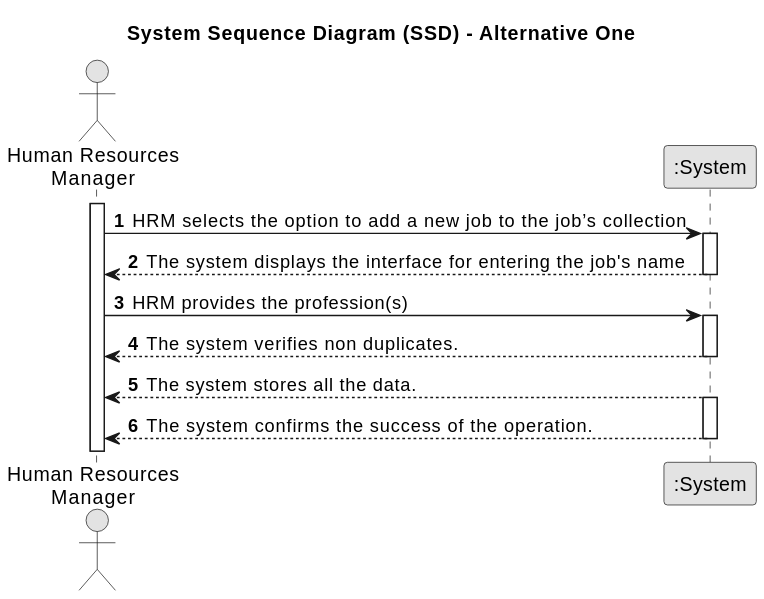
Earlier version of the PlantUML export docs/sprintA/us002/01.requirements-engineering/svg/us002-system-sequence-diagram-alternative-one-System_Sequence_Diagram__SSD____Alternative_One.svg (SAEmanuel/Green_Spaces_Management_ISEP).
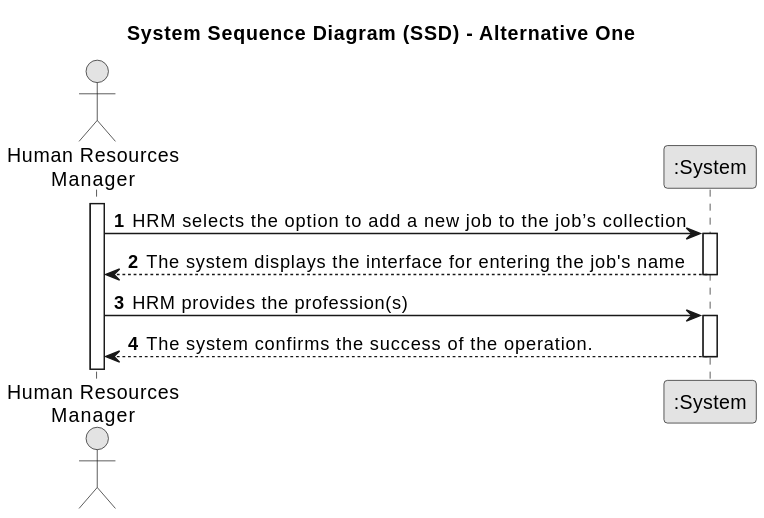
Above is the later version.

Commit message:
US002 - Version 12 SSD upadate (svg)

The edit, as a diff of the source:
```diff
@@ -22,11 +22,6 @@
         HRM -> System : HRM provides the profession(s)
     activate System
 
-    System --> HRM : The system verifies non duplicates.
-        deactivate System
-
-    System --> HRM : The system stores all the data.
-    activate System
 
         System --> HRM : The system confirms the success of the operation.
     deactivate System
```
